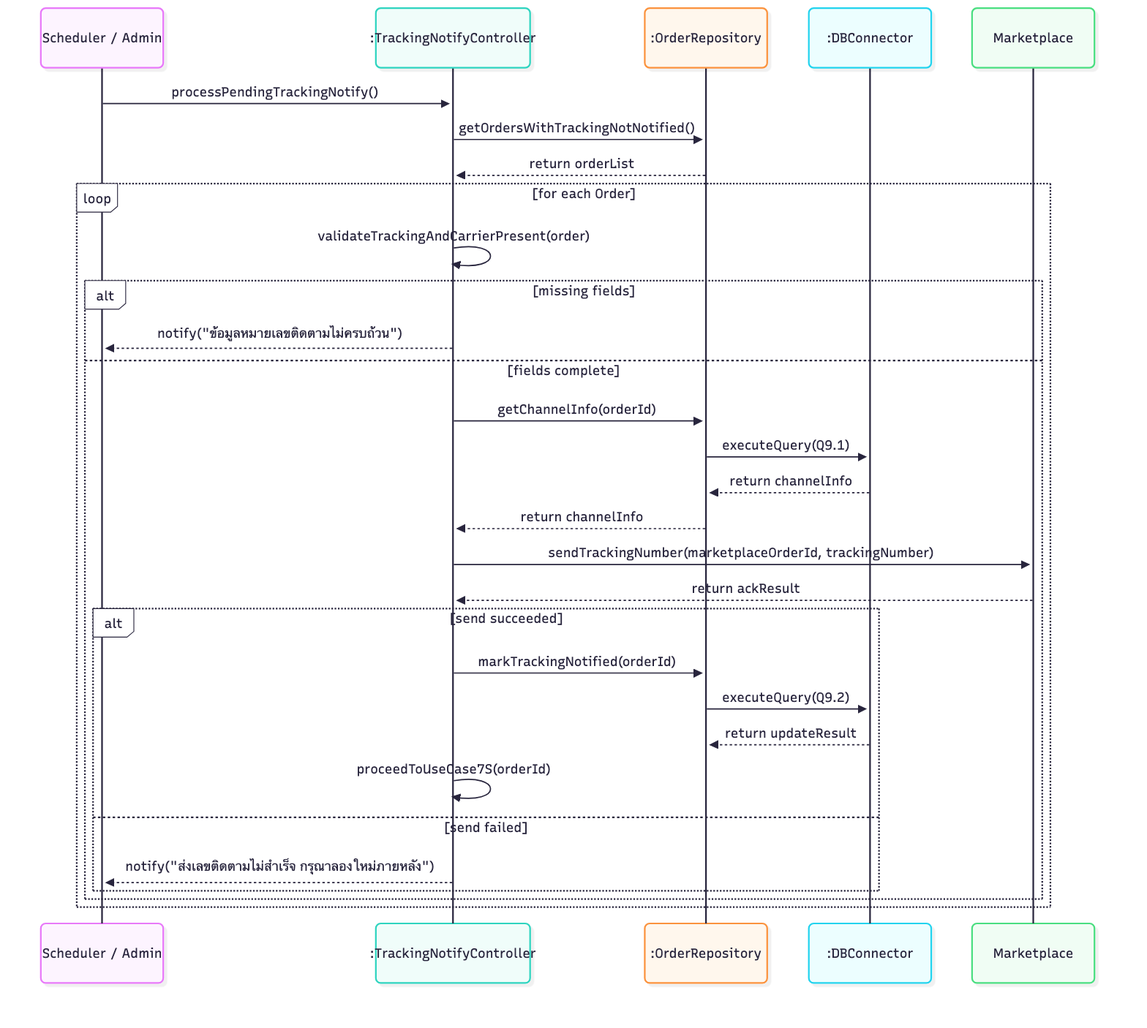
This is 03-chapter2-use-case-descriptions/diagrams/png/5S-sequence.png from xbpkdi/321-sa-proj, a Mermaid export, as it was before one commit. Its source is kept beside it as 03-chapter2-use-case-descriptions/diagrams/mmd/5S-sequence.mmd. The source it was exported from:
```mermaid
sequenceDiagram
    participant Sched as Scheduler / Admin
    participant TNC as :TrackingNotifyController
    participant OrderRepo as :OrderRepository
    participant DB as :DBConnector
    participant MP as Marketplace

    Sched->>TNC: processPendingTrackingNotify()
    TNC->>OrderRepo: getOrdersWithTrackingNotNotified()
    OrderRepo-->>TNC: return orderList

    loop for each Order
        TNC->>TNC: validateTrackingAndCarrierPresent(order)
        alt missing fields
            TNC-->>Sched: notify("ข้อมูลหมายเลขติดตามไม่ครบถ้วน")
        else fields complete
            TNC->>OrderRepo: getChannelInfo(orderId)
            OrderRepo->>DB: executeQuery(Q9.1)
            DB-->>OrderRepo: return channelInfo
            OrderRepo-->>TNC: return channelInfo
            TNC->>MP: sendTrackingNumber(marketplaceOrderId, trackingNumber)
            MP-->>TNC: return ackResult
            alt send succeeded
                TNC->>OrderRepo: markTrackingNotified(orderId)
                OrderRepo->>DB: executeQuery(Q9.2)
                DB-->>OrderRepo: return updateResult
                TNC->>TNC: proceedToUseCase7S(orderId)
            else send failed
                TNC-->>Sched: notify("ส่งเลขติดตามไม่สำเร็จ กรุณาลองใหม่ภายหลัง")
            end
        end
    end
```
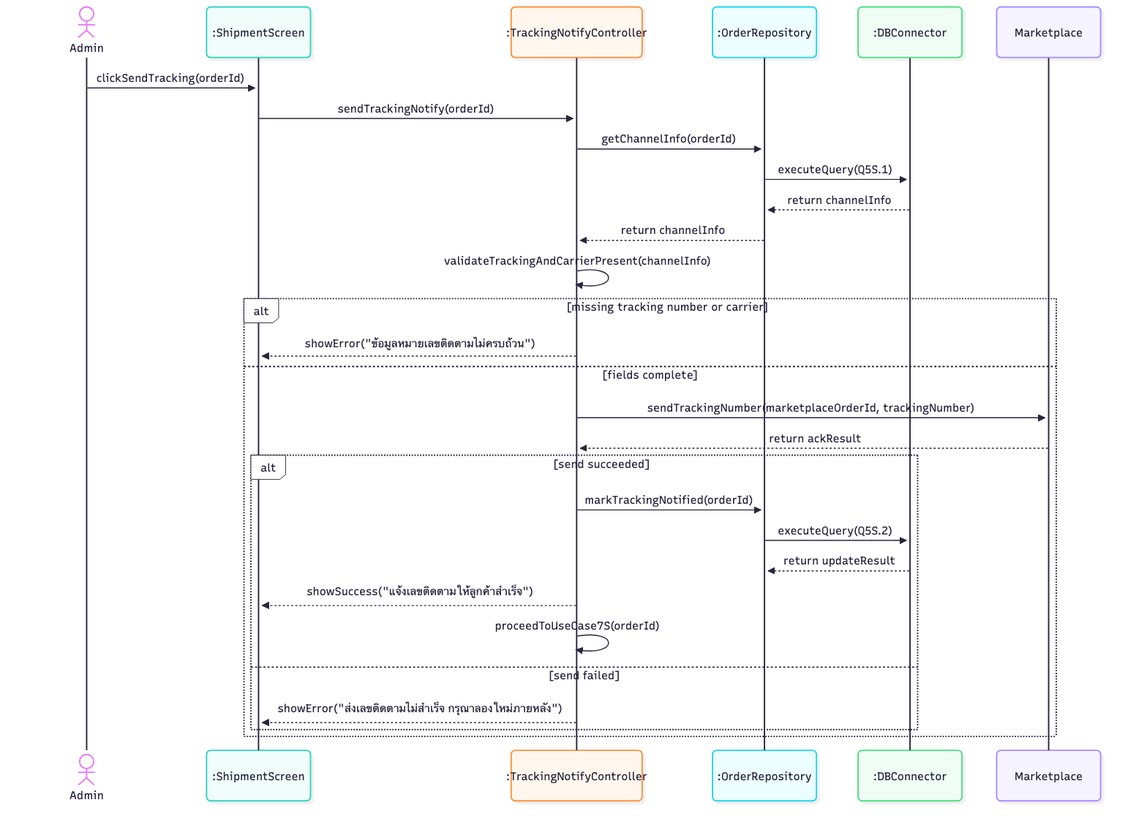
Above is the later version.

The edit, as a diff of the source:
```diff
@@ -1,32 +1,30 @@
 sequenceDiagram
-    participant Sched as Scheduler / Admin
+    actor Admin
+    participant Screen as :ShipmentScreen
     participant TNC as :TrackingNotifyController
     participant OrderRepo as :OrderRepository
     participant DB as :DBConnector
     participant MP as Marketplace
 
-    Sched->>TNC: processPendingTrackingNotify()
-    TNC->>OrderRepo: getOrdersWithTrackingNotNotified()
-    OrderRepo-->>TNC: return orderList
-
-    loop for each Order
-        TNC->>TNC: validateTrackingAndCarrierPresent(order)
-        alt missing fields
-            TNC-->>Sched: notify("ข้อมูลหมายเลขติดตามไม่ครบถ้วน")
-        else fields complete
-            TNC->>OrderRepo: getChannelInfo(orderId)
-            OrderRepo->>DB: executeQuery(Q9.1)
-            DB-->>OrderRepo: return channelInfo
-            OrderRepo-->>TNC: return channelInfo
-            TNC->>MP: sendTrackingNumber(marketplaceOrderId, trackingNumber)
-            MP-->>TNC: return ackResult
-            alt send succeeded
-                TNC->>OrderRepo: markTrackingNotified(orderId)
-                OrderRepo->>DB: executeQuery(Q9.2)
-                DB-->>OrderRepo: return updateResult
-                TNC->>TNC: proceedToUseCase7S(orderId)
-            else send failed
-                TNC-->>Sched: notify("ส่งเลขติดตามไม่สำเร็จ กรุณาลองใหม่ภายหลัง")
-            end
+    Admin->>Screen: clickSendTracking(orderId)
+    Screen->>TNC: sendTrackingNotify(orderId)
+    TNC->>OrderRepo: getChannelInfo(orderId)
+    OrderRepo->>DB: executeQuery(Q5S.1)
+    DB-->>OrderRepo: return channelInfo
+    OrderRepo-->>TNC: return channelInfo
+    TNC->>TNC: validateTrackingAndCarrierPresent(channelInfo)
+    alt missing tracking number or carrier
+        TNC-->>Screen: showError("ข้อมูลหมายเลขติดตามไม่ครบถ้วน")
+    else fields complete
+        TNC->>MP: sendTrackingNumber(marketplaceOrderId, trackingNumber)
+        MP-->>TNC: return ackResult
+        alt send succeeded
+            TNC->>OrderRepo: markTrackingNotified(orderId)
+            OrderRepo->>DB: executeQuery(Q5S.2)
+            DB-->>OrderRepo: return updateResult
+            TNC-->>Screen: showSuccess("แจ้งเลขติดตามให้ลูกค้าสำเร็จ")
+            TNC->>TNC: proceedToUseCase7S(orderId)
+        else send failed
+            TNC-->>Screen: showError("ส่งเลขติดตามไม่สำเร็จ กรุณาลองใหม่ภายหลัง")
         end
     end
```
